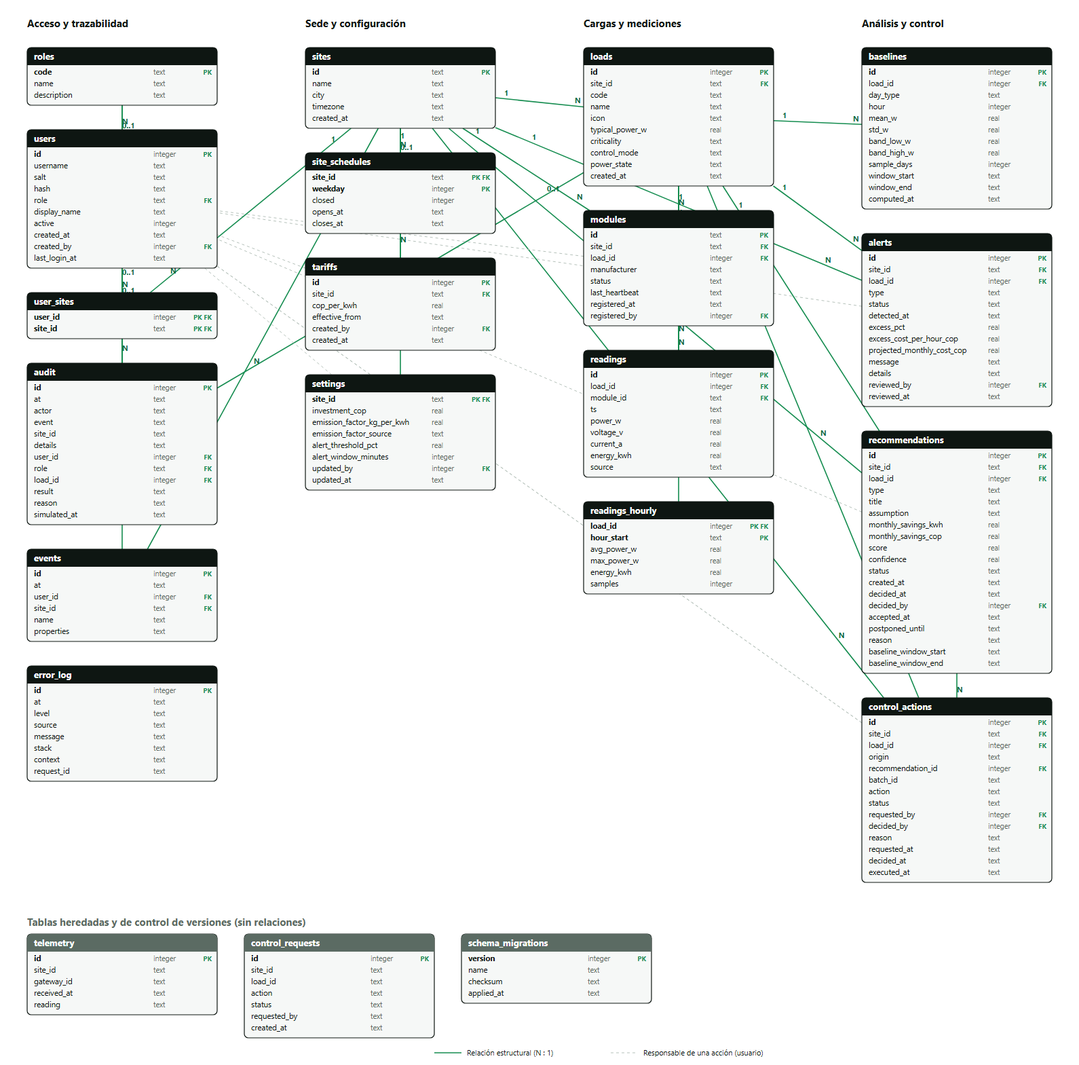
Before: docs/der.png, a diagram exported from Mermaid (10santiago12/vatio_local_demo). Its source is kept beside it as docs/der.mmd. The source it was exported from:
```mermaid
erDiagram
  users |o--o{ alerts : "reviewed_by"
  loads ||--o{ alerts : "load_id"
  sites ||--o{ alerts : "site_id"
  loads |o--o{ audit : "load_id"
  roles |o--o{ audit : "role"
  users |o--o{ audit : "user_id"
  loads ||--o{ baselines : "load_id"
  users |o--o{ control_actions : "decided_by"
  users |o--o{ control_actions : "requested_by"
  recommendations |o--o{ control_actions : "recommendation_id"
  loads ||--o{ control_actions : "load_id"
  sites ||--o{ control_actions : "site_id"
  sites |o--o{ events : "site_id"
  users |o--o{ events : "user_id"
  sites ||--o{ loads : "site_id"
  users |o--o{ modules : "registered_by"
  loads |o--o{ modules : "load_id"
  sites ||--o{ modules : "site_id"
  modules |o--o{ readings : "module_id"
  loads ||--o{ readings : "load_id"
  loads ||--o{ readings_hourly : "load_id"
  users |o--o{ recommendations : "decided_by"
  loads ||--o{ recommendations : "load_id"
  sites ||--o{ recommendations : "site_id"
  users |o--o{ settings : "updated_by"
  sites |o--o| settings : "site_id"
  sites ||--o{ site_schedules : "site_id"
  users |o--o{ tariffs : "created_by"
  sites ||--o{ tariffs : "site_id"
  sites ||--o{ user_sites : "site_id"
  users ||--o{ user_sites : "user_id"
  roles ||--o{ users : "role"
  alerts {
    int id PK
    string site_id FK
    int load_id FK
    string type
    string status
    string detected_at
    float excess_pct
    float excess_cost_per_hour_cop
    float projected_monthly_cost_cop
    string message
    string details
    int reviewed_by FK
    string reviewed_at
  }
  audit {
    int id PK
    string at
    string actor
    string event
    string site_id
    string details
    int user_id FK
    string role FK
    int load_id FK
    string result
    string reason
    string simulated_at
  }
  baselines {
    int id PK
    int load_id FK
    string day_type
    int hour
    float mean_w
    float std_w
    float band_low_w
    float band_high_w
    int sample_days
    string window_start
    string window_end
    string computed_at
  }
  control_actions {
    int id PK
    string site_id FK
    int load_id FK
    string origin
    int recommendation_id FK
    string batch_id
    string action
    string status
    int requested_by FK
    int decided_by FK
    string reason
    string requested_at
    string decided_at
    string executed_at
  }
  control_requests {
    int id PK
    string site_id
    string load_id
    string action
    string status
    string requested_by
    string created_at
  }
  error_log {
    int id PK
    string at
    string level
    string source
    string message
    string stack
    string context
    string request_id
  }
  events {
    int id PK
    string at
    int user_id FK
    string site_id FK
    string name
    string properties
  }
  loads {
    int id PK
    string site_id FK
    string code
    string name
    string icon
    float typical_power_w
    string criticality
    string control_mode
    string power_state
    string created_at
  }
  modules {
    string id PK
    string site_id FK
    int load_id FK
    string manufacturer
    string status
    string last_heartbeat
    string registered_at
    int registered_by FK
  }
  readings {
    int id PK
    int load_id FK
    string module_id FK
    string ts
    float power_w
    float voltage_v
    float current_a
    float energy_kwh
    string source
  }
  readings_hourly {
    int load_id PK,FK
    string hour_start PK
    float avg_power_w
    float max_power_w
    float energy_kwh
    int samples
  }
  recommendations {
    int id PK
    string site_id FK
    int load_id FK
    string type
    string title
    string assumption
    float monthly_savings_kwh
    float monthly_savings_cop
    float score
    float confidence
    string status
    string created_at
    string decided_at
    int decided_by FK
    string accepted_at
    string postponed_until
    string reason
    string baseline_window_start
    string baseline_window_end
  }
  roles {
    string code PK
    string name
    string description
  }
  schema_migrations {
    int version PK
    string name
    string checksum
    string applied_at
  }
  settings {
    string site_id PK,FK
    float investment_cop
    float emission_factor_kg_per_kwh
    string emission_factor_source
    float alert_threshold_pct
    int alert_window_minutes
    int updated_by FK
    string updated_at
  }
  site_schedules {
    string site_id PK,FK
    int weekday PK
    int closed
    string opens_at
    string closes_at
  }
  sites {
    string id PK
    string name
    string city
    string timezone
    string created_at
  }
  tariffs {
    int id PK
    string site_id FK
    float cop_per_kwh
    string effective_from
    int created_by FK
    string created_at
    string note
  }
  telemetry {
    int id PK
    string site_id
    string gateway_id
    string received_at
    string reading
  }
  user_sites {
    int user_id PK,FK
    string site_id PK,FK
  }
  users {
    int id PK
    string username UK
    string salt
    string hash
    string role FK
    string display_name
    int active
    string created_at
    int created_by FK
    string last_login_at
  }
```
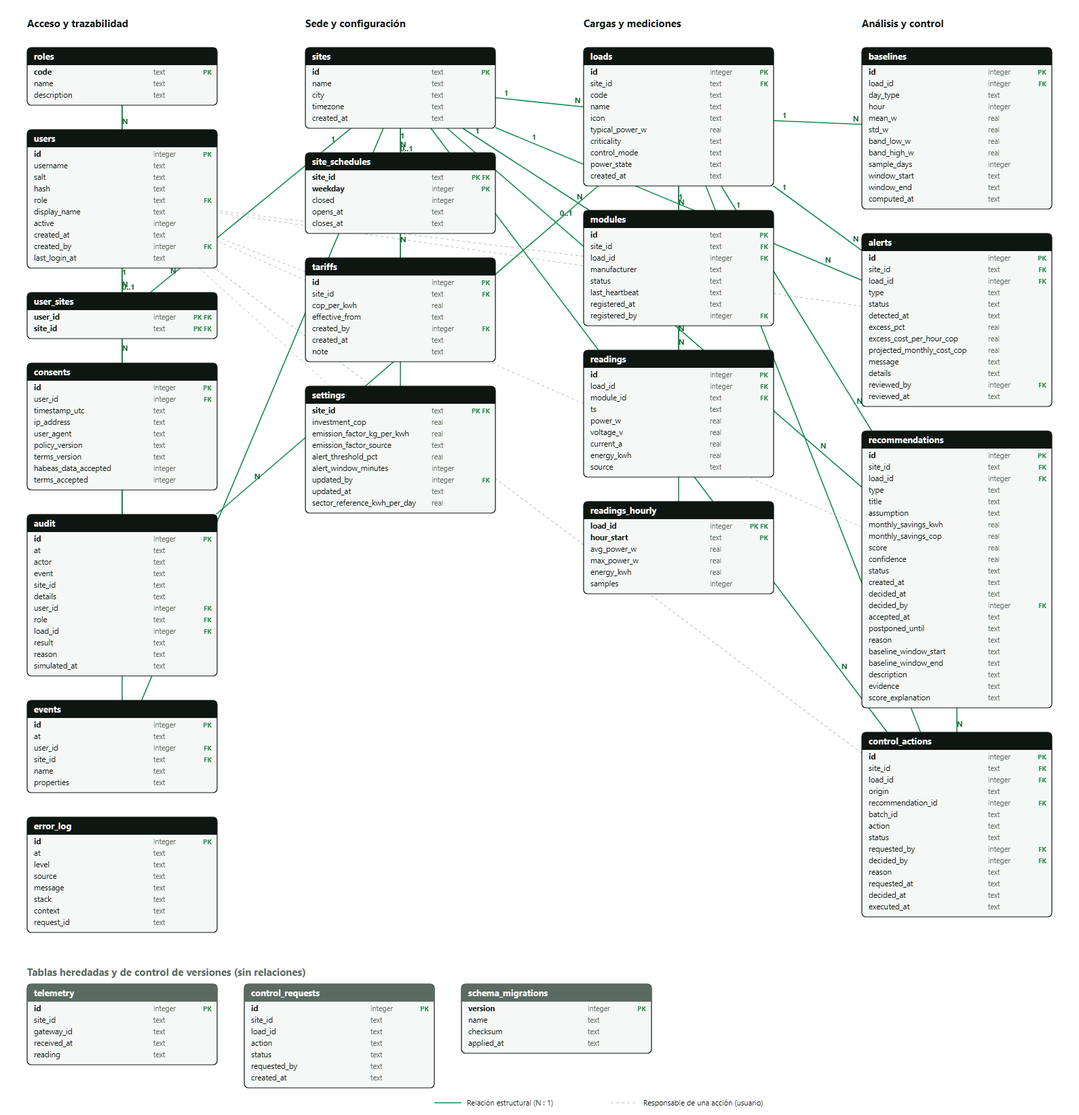
Later version of the same file.

What changed in the source:
```diff
@@ -6,6 +6,7 @@
   roles |o--o{ audit : "role"
   users |o--o{ audit : "user_id"
   loads ||--o{ baselines : "load_id"
+  users ||--o{ consents : "user_id"
   users |o--o{ control_actions : "decided_by"
   users |o--o{ control_actions : "requested_by"
   recommendations |o--o{ control_actions : "recommendation_id"
@@ -73,6 +74,17 @@
     string window_start
     string window_end
     string computed_at
+  }
+  consents {
+    int id PK
+    int user_id FK
+    string timestamp_utc
+    string ip_address
+    string user_agent
+    string policy_version
+    string terms_version
+    int habeas_data_accepted
+    int terms_accepted
   }
   control_actions {
     int id PK
@@ -178,6 +190,9 @@
     string reason
     string baseline_window_start
     string baseline_window_end
+    string description
+    string evidence
+    string score_explanation
   }
   roles {
     string code PK
@@ -199,6 +214,7 @@
     int alert_window_minutes
     int updated_by FK
     string updated_at
+    float sector_reference_kwh_per_day
   }
   site_schedules {
     string site_id PK,FK
```
